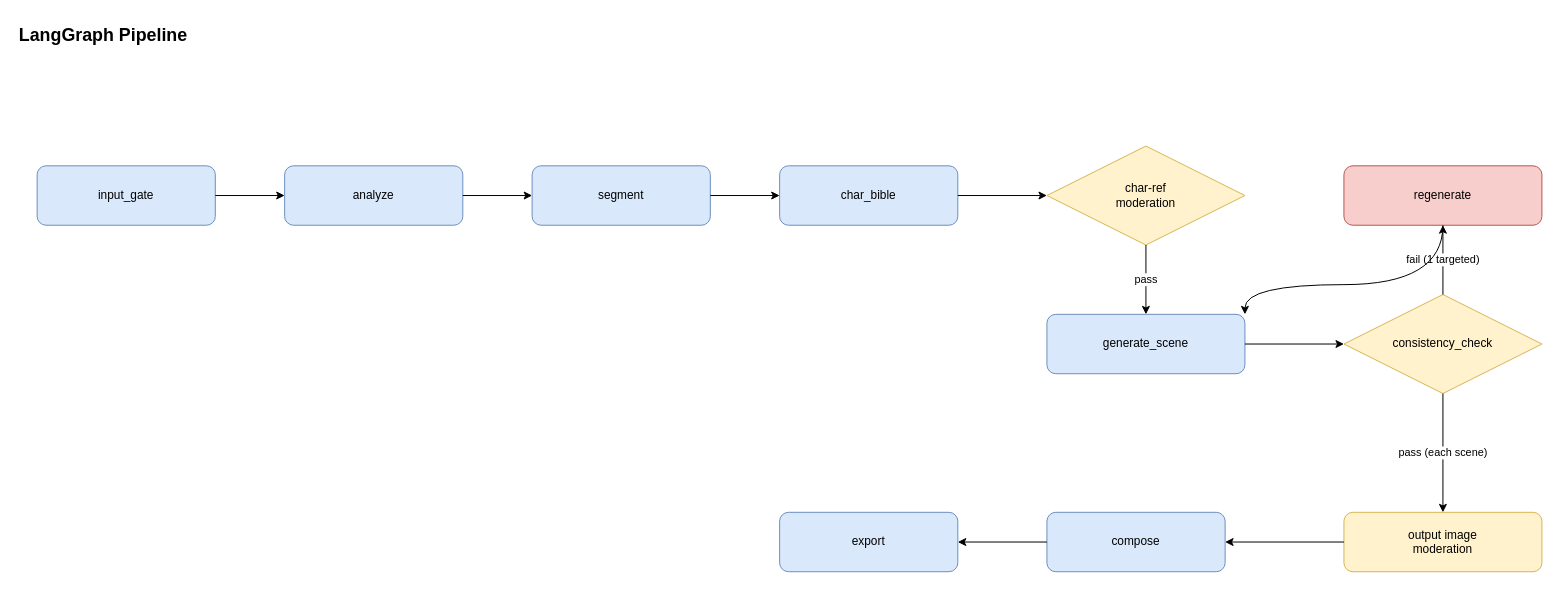
Earlier version of the draw.io diagram docs/diagrams/drawio/langgraph_pipeline.drawio (Hanseooo/story-buddy). Source tidied: cells renumbered, new cells numbered last; positions are measured from the earlier drawing's top-left corner, leaving out a move shared by most shapes. Both pictures are drawn from the tidied source at 99%, with x=0, y=0 at pixel (17, 17).
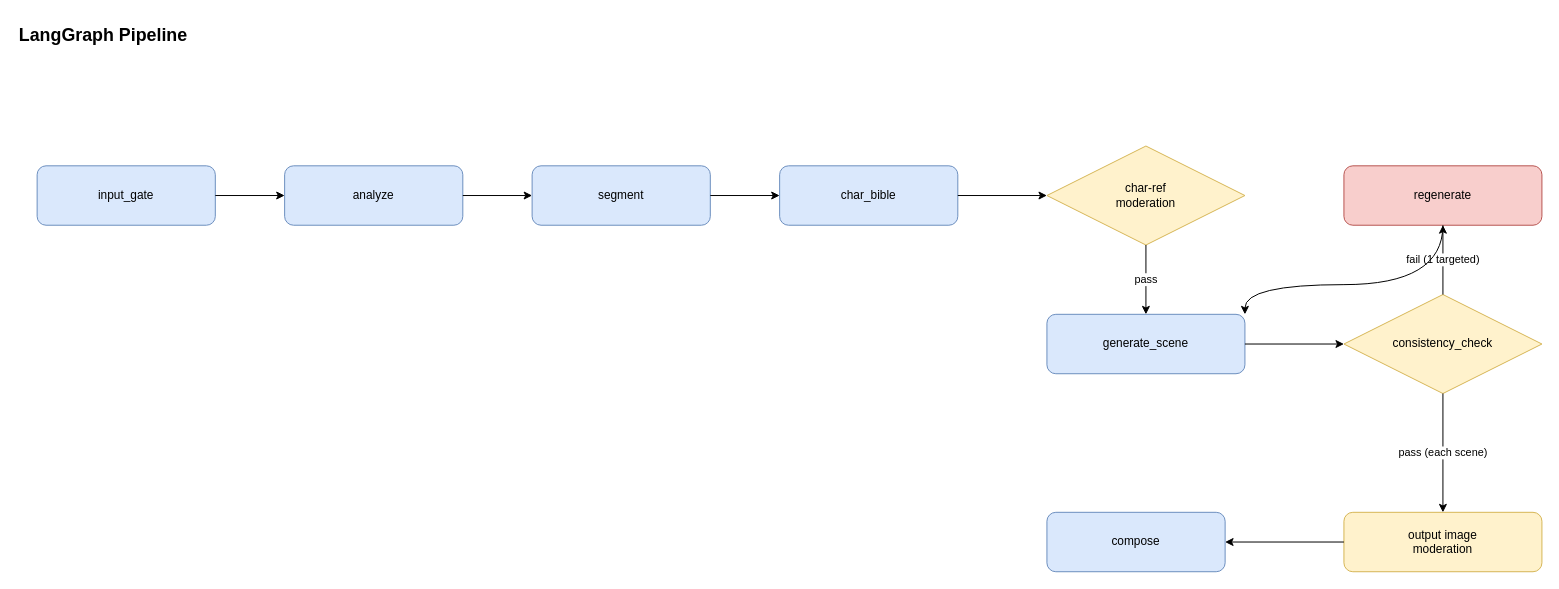
The same page after the edit.

The change refers to these unchanged cells:
```xml
<mxCell id="12" value="compose" style="rounded=1;whiteSpace=wrap;html=1;fillColor=#dae8fc;strokeColor=#6c8ebf;" parent="1" vertex="1">
  <mxGeometry x="1040" y="500" width="180" height="60" as="geometry" />
</mxCell>
```

The edit, as a diff of the source:
```diff
@@
-    <mxCell id="13" value="export" style="rounded=1;whiteSpace=wrap;html=1;fillColor=#dae8fc;strokeColor=#6c8ebf;" parent="1" vertex="1">
-      <mxGeometry x="770" y="500" width="180" height="60" as="geometry" />
-    </mxCell>
@@
-    <mxCell id="24" style="edgeStyle=orthogonalEdgeStyle;html=1;" parent="1" edge="1" source="12" target="13">
-      <mxGeometry relative="1" as="geometry" />
-    </mxCell>
```
